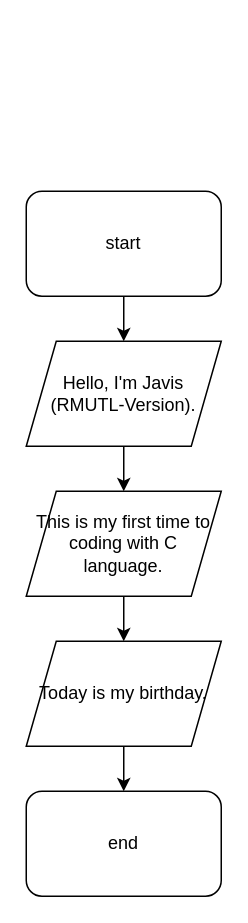
Above: HW/HW01-2.drawio in khowtung/ENGCE117 (draw.io), before the change. Source tidied: cells renumbered, new cells numbered last; positions are measured from the earlier drawing's top-left corner, leaving out a move shared by most shapes. Both pictures are drawn from the tidied source at 150%, with x=0, y=0 at pixel (26, 190).
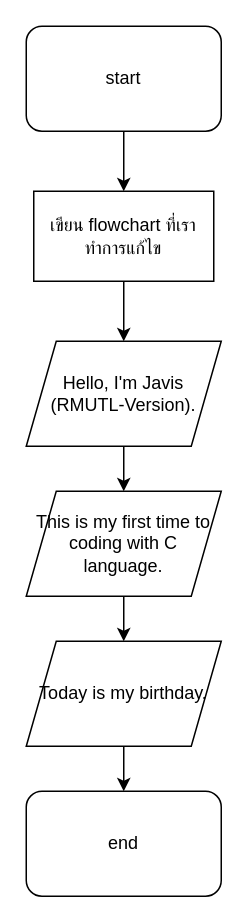
The same diagram, later.

Diff of the diagram source:
```diff
@@
 <mxGraphModel>
   <root>
     <mxCell id="0" />
     <mxCell id="1" parent="0" />
-    <mxCell id="2" style="edgeStyle=orthogonalEdgeStyle;rounded=0;jettySize=auto;html=1;" parent="1" edge="1" source="3" target="5">
-      <mxGeometry relative="1" as="geometry" />
-    </mxCell>
+    <mxCell id="11" style="edgeStyle=orthogonalEdgeStyle;rounded=0;jettySize=auto;html=1;" parent="1" edge="1" source="3" target="13">
+      <mxGeometry relative="1" as="geometry" />
+    </mxCell>
     <mxCell id="3" value="start" style="rounded=1;whiteSpace=wrap;html=1;" parent="1" vertex="1">
-      <mxGeometry width="130" height="70" as="geometry" />
+      <mxGeometry y="-110" width="130" height="70" as="geometry" />
     </mxCell>
     <mxCell id="4" style="edgeStyle=orthogonalEdgeStyle;rounded=0;jettySize=auto;html=1;" parent="1" edge="1" source="5" target="7">
       <mxGeometry relative="1" as="geometry" />
     </mxCell>
     <mxCell id="5" value="Hello, I'm Javis (RMUTL-Version)." style="shape=parallelogram;perimeter=parallelogramPerimeter;whiteSpace=wrap;html=1;fixedSize=1;" parent="1" vertex="1">
       <mxGeometry y="100" width="130" height="70" as="geometry" />
     </mxCell>
     <mxCell id="6" style="edgeStyle=orthogonalEdgeStyle;rounded=0;jettySize=auto;html=1;" parent="1" edge="1" source="7" target="9">
       <mxGeometry relative="1" as="geometry" />
     </mxCell>
     <mxCell id="7" value="This is my first time to coding with C language." style="shape=parallelogram;perimeter=parallelogramPerimeter;whiteSpace=wrap;html=1;fixedSize=1;" parent="1" vertex="1">
       <mxGeometry y="200" width="130" height="70" as="geometry" />
     </mxCell>
     <mxCell id="8" style="edgeStyle=orthogonalEdgeStyle;rounded=0;jettySize=auto;html=1;" parent="1" edge="1" source="9" target="10">
       <mxGeometry relative="1" as="geometry" />
     </mxCell>
     <mxCell id="9" value="Today is my birthday." style="shape=parallelogram;perimeter=parallelogramPerimeter;whiteSpace=wrap;html=1;fixedSize=1;" parent="1" vertex="1">
       <mxGeometry y="300" width="130" height="70" as="geometry" />
     </mxCell>
     <mxCell id="10" value="end" style="rounded=1;whiteSpace=wrap;html=1;" parent="1" vertex="1">
       <mxGeometry y="400" width="130" height="70" as="geometry" />
     </mxCell>
+    <mxCell id="12" style="edgeStyle=orthogonalEdgeStyle;rounded=0;jettySize=auto;html=1;" parent="1" edge="1" source="13" target="5">
+      <mxGeometry relative="1" as="geometry" />
+    </mxCell>
+    <mxCell id="13" value="เขียน flowchart ที่เราทำการแก้ไข" style="rounded=0;whiteSpace=wrap;html=1;" parent="1" vertex="1">
+      <mxGeometry x="5" width="120" height="60" as="geometry" />
+    </mxCell>
   </root>
 </mxGraphModel>
```
